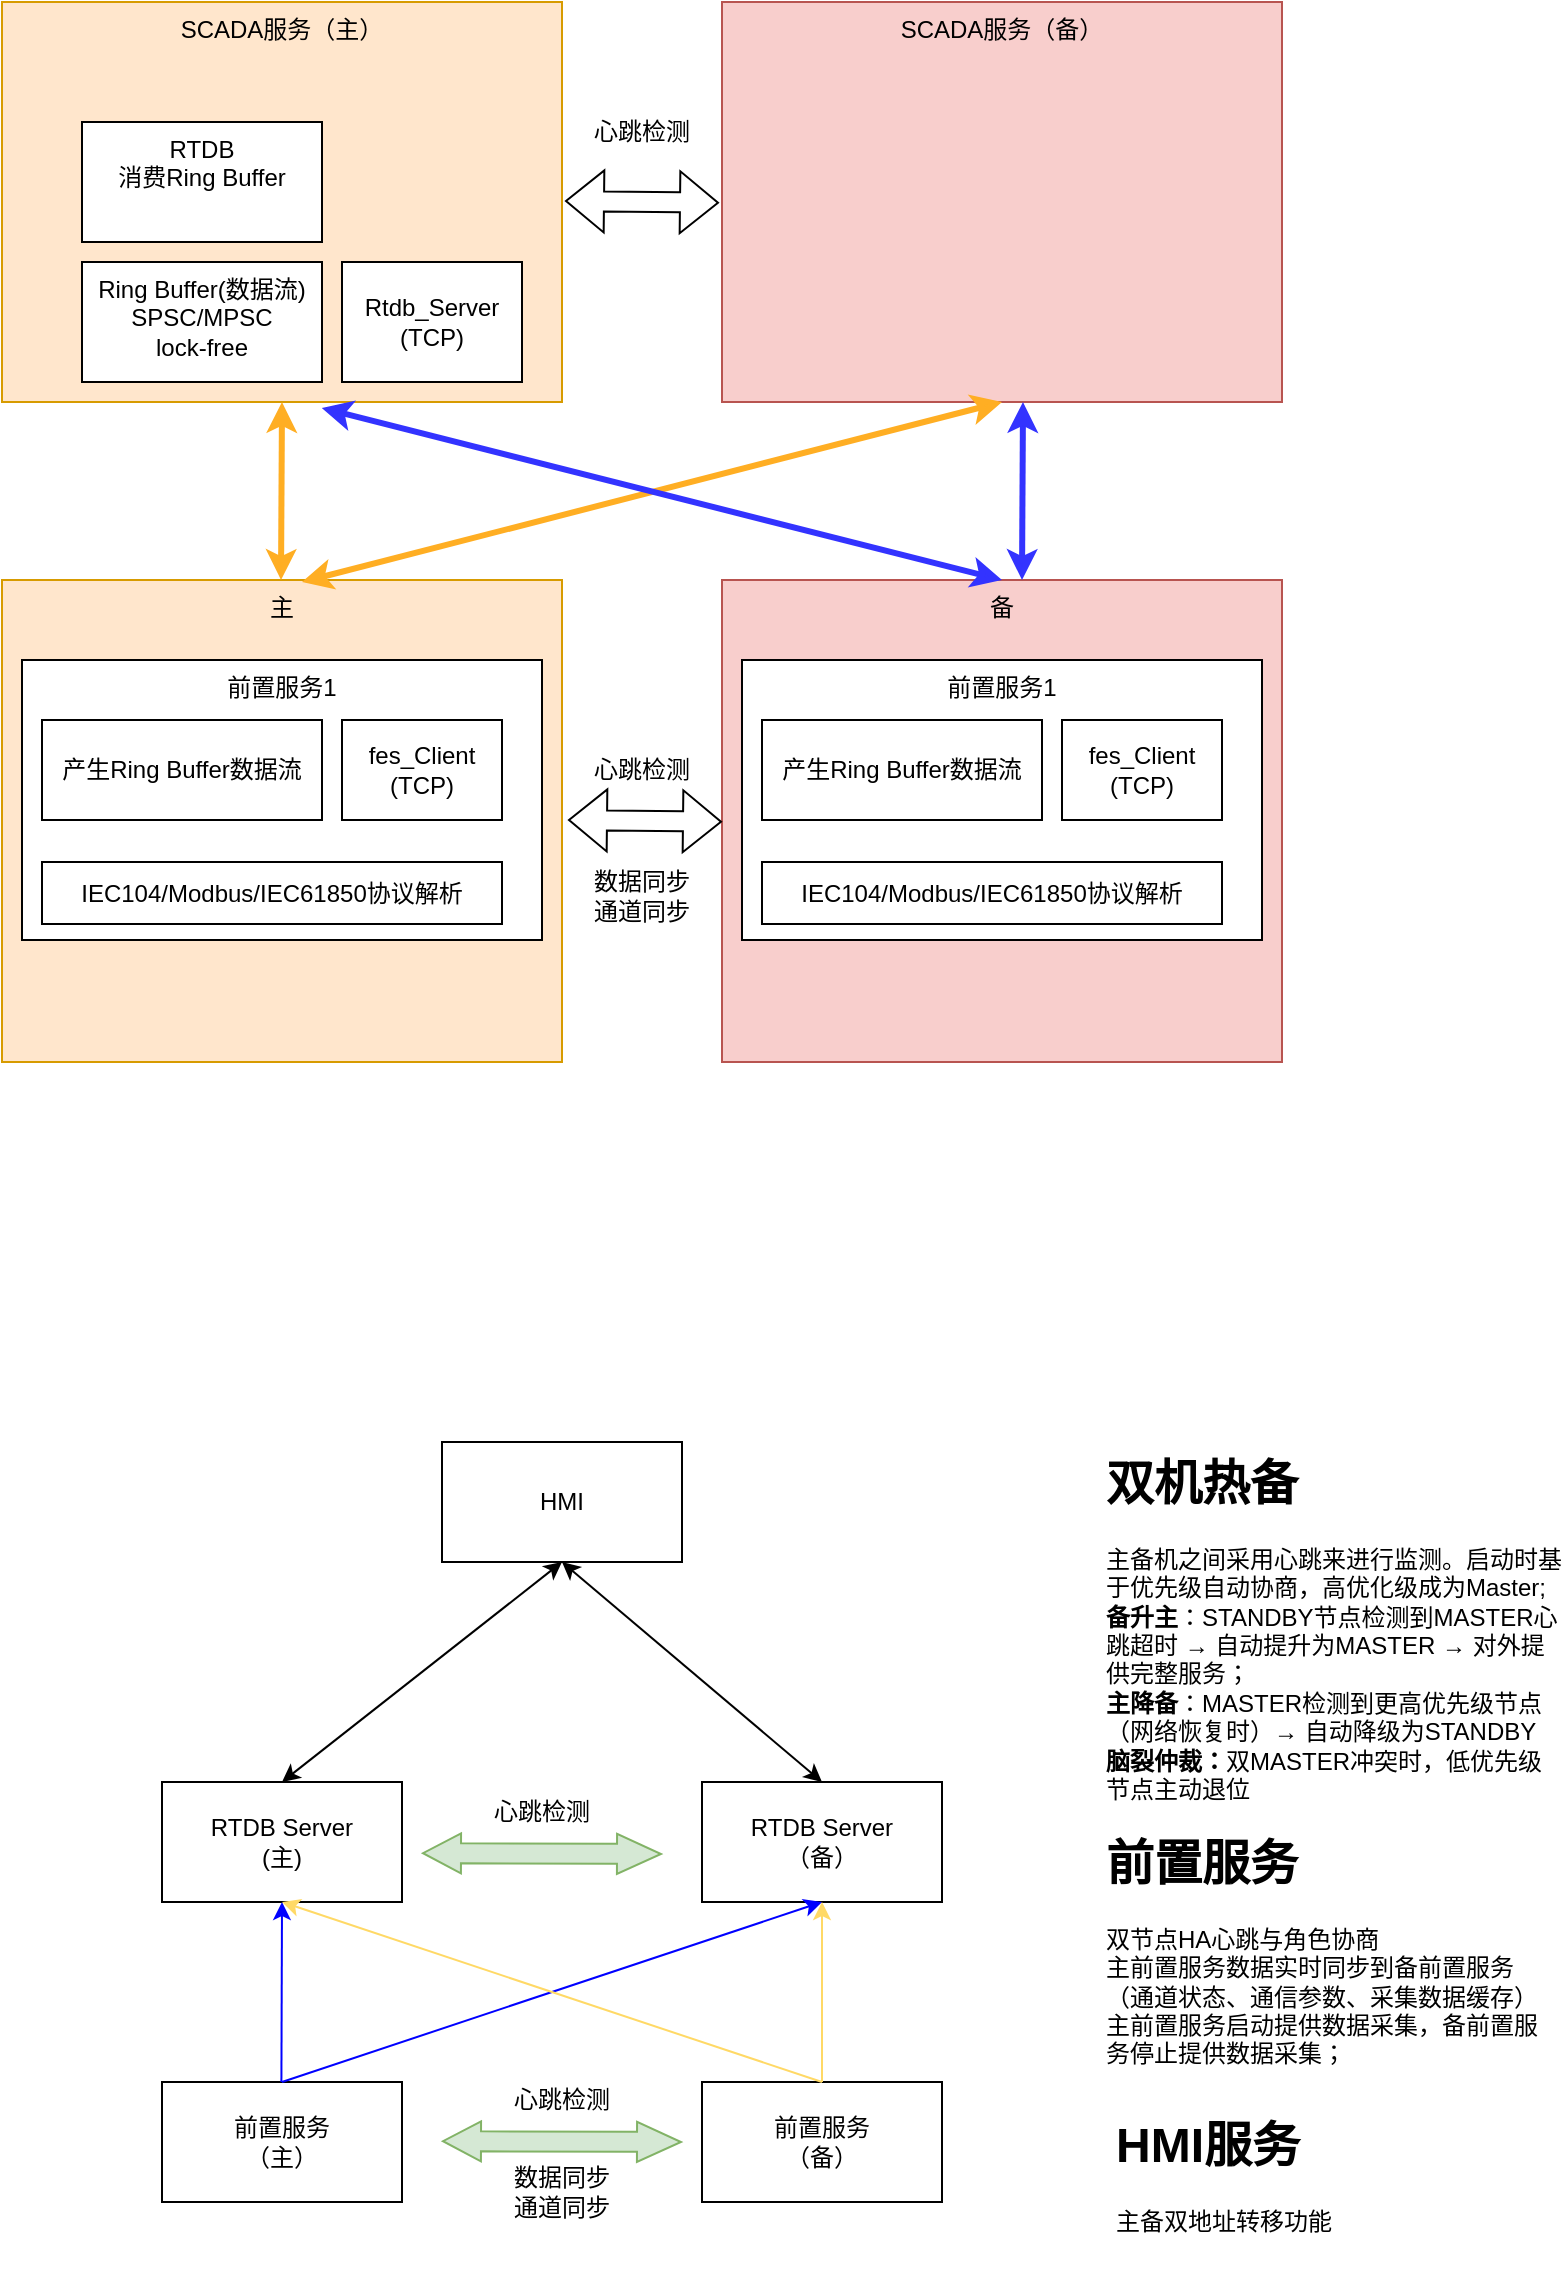
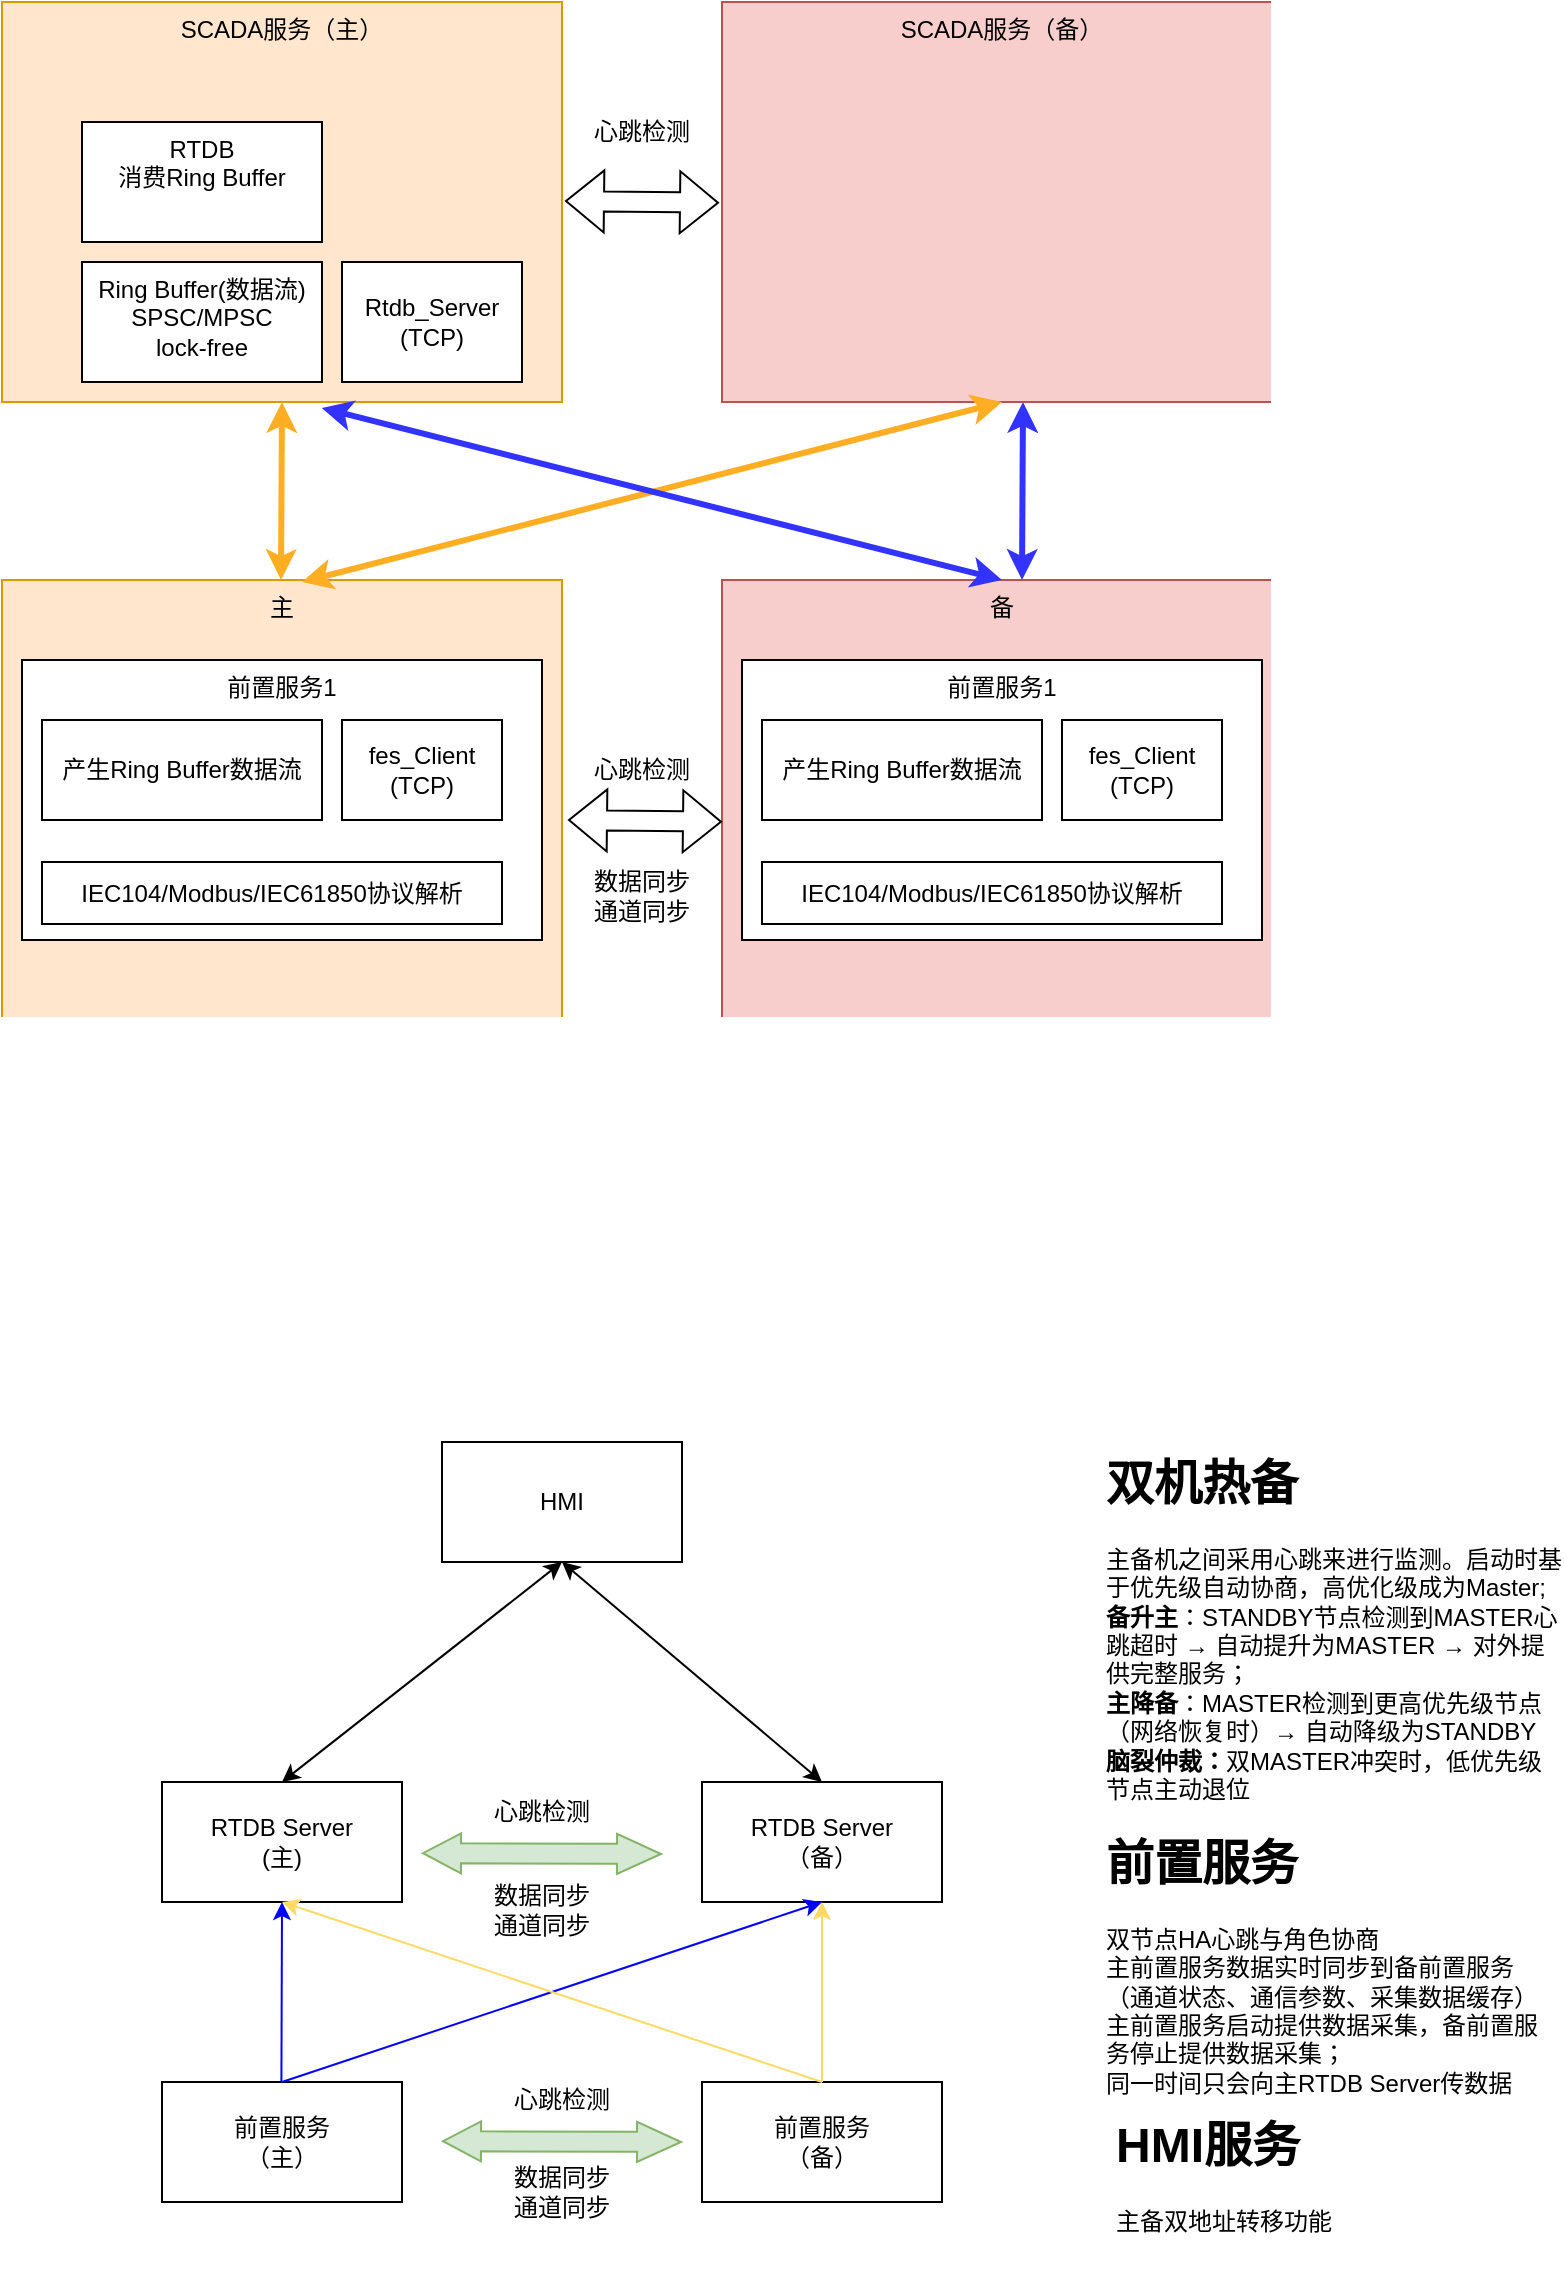
<mxfile host="app.diagrams.net">
  <diagram name="第 1 页" id="B8DYWfWQNEIOsyKvfK1-">
-     <mxGraphModel dx="1230" dy="684" grid="1" gridSize="10" guides="1" tooltips="1" connect="1" arrows="1" fold="1" page="1" pageScale="1" pageWidth="827" pageHeight="1169" math="0" shadow="0">
+     <mxGraphModel dx="824" dy="457" grid="1" gridSize="10" guides="1" tooltips="1" connect="1" arrows="1" fold="1" page="1" pageScale="1" pageWidth="827" pageHeight="1169" math="0" shadow="0">
      <root>
        <mxCell id="0" />
        <mxCell id="1" parent="0" />
        <mxCell id="kAXPQYTb_9ZiN3N-kw4B-1" parent="1" style="rounded=0;whiteSpace=wrap;html=1;verticalAlign=top;fillColor=#ffe6cc;strokeColor=#d79b00;" value="SCADA服务（主）" vertex="1">
          <mxGeometry height="200" width="280" x="50" y="200" as="geometry" />
        </mxCell>
        <mxCell id="kAXPQYTb_9ZiN3N-kw4B-2" parent="1" style="rounded=0;whiteSpace=wrap;html=1;verticalAlign=top;fillColor=#ffe6cc;strokeColor=#d79b00;" value="主" vertex="1">
          <mxGeometry height="241" width="280" x="50" y="489" as="geometry" />
        </mxCell>
        <mxCell id="kAXPQYTb_9ZiN3N-kw4B-4" parent="1" style="rounded=0;whiteSpace=wrap;html=1;verticalAlign=top;fillColor=#f8cecc;strokeColor=#b85450;" value="SCADA服务（备）" vertex="1">
          <mxGeometry height="200" width="280" x="410" y="200" as="geometry" />
        </mxCell>
        <mxCell id="kAXPQYTb_9ZiN3N-kw4B-5" parent="1" style="rounded=0;whiteSpace=wrap;html=1;verticalAlign=top;align=center;" value="前置服务1" vertex="1">
          <mxGeometry height="140" width="260" x="60" y="529" as="geometry" />
        </mxCell>
        <mxCell id="kAXPQYTb_9ZiN3N-kw4B-9" parent="1" style="rounded=0;whiteSpace=wrap;html=1;verticalAlign=top;" value="Ring Buffer(数据流)&lt;div&gt;SPSC/MPSC&lt;/div&gt;&lt;div&gt;lock-free&lt;/div&gt;" vertex="1">
          <mxGeometry height="60" width="120" x="90" y="330" as="geometry" />
        </mxCell>
        <mxCell id="kAXPQYTb_9ZiN3N-kw4B-10" parent="1" style="rounded=0;whiteSpace=wrap;html=1;verticalAlign=top;" value="RTDB&lt;div&gt;消费Ring Buffer&lt;/div&gt;" vertex="1">
          <mxGeometry height="60" width="120" x="90" y="260" as="geometry" />
        </mxCell>
        <mxCell id="kAXPQYTb_9ZiN3N-kw4B-11" parent="1" style="rounded=0;whiteSpace=wrap;html=1;" value="产生Ring Buffer数据流" vertex="1">
          <mxGeometry height="50" width="140" x="70" y="559" as="geometry" />
        </mxCell>
        <mxCell id="kAXPQYTb_9ZiN3N-kw4B-12" edge="1" parent="1" style="endArrow=classic;startArrow=classic;html=1;rounded=0;entryX=0.5;entryY=1;entryDx=0;entryDy=0;strokeColor=#FFAE23;strokeWidth=3;" target="kAXPQYTb_9ZiN3N-kw4B-1" value="">
          <mxGeometry height="50" relative="1" width="50" as="geometry">
            <mxPoint x="189.5" y="489" as="sourcePoint" />
            <mxPoint x="189.5" y="423" as="targetPoint" />
          </mxGeometry>
        </mxCell>
        <mxCell id="kAXPQYTb_9ZiN3N-kw4B-13" parent="1" style="rounded=0;whiteSpace=wrap;html=1;" value="fes_Client&lt;div&gt;(TCP)&lt;/div&gt;" vertex="1">
          <mxGeometry height="50" width="80" x="220" y="559" as="geometry" />
        </mxCell>
        <mxCell id="kAXPQYTb_9ZiN3N-kw4B-15" parent="1" style="rounded=0;whiteSpace=wrap;html=1;" value="Rtdb_Server&lt;div&gt;(TCP)&lt;/div&gt;" vertex="1">
          <mxGeometry height="60" width="90" x="220" y="330" as="geometry" />
        </mxCell>
        <mxCell id="kAXPQYTb_9ZiN3N-kw4B-16" edge="1" parent="1" style="endArrow=classic;startArrow=classic;html=1;rounded=0;entryX=0.5;entryY=1;entryDx=0;entryDy=0;strokeColor=#FFAE23;strokeWidth=3;" target="kAXPQYTb_9ZiN3N-kw4B-4" value="">
          <mxGeometry height="50" relative="1" width="50" as="geometry">
            <mxPoint x="200" y="490" as="sourcePoint" />
            <mxPoint x="219" y="423" as="targetPoint" />
          </mxGeometry>
        </mxCell>
        <mxCell id="kAXPQYTb_9ZiN3N-kw4B-17" parent="1" style="rounded=0;whiteSpace=wrap;html=1;verticalAlign=top;fillColor=#f8cecc;strokeColor=#b85450;" value="备" vertex="1">
          <mxGeometry height="241" width="280" x="410" y="489" as="geometry" />
        </mxCell>
        <mxCell id="kAXPQYTb_9ZiN3N-kw4B-18" parent="1" style="rounded=0;whiteSpace=wrap;html=1;verticalAlign=top;align=center;" value="前置服务1" vertex="1">
          <mxGeometry height="140" width="260" x="420" y="529" as="geometry" />
        </mxCell>
        <mxCell id="kAXPQYTb_9ZiN3N-kw4B-20" parent="1" style="rounded=0;whiteSpace=wrap;html=1;" value="产生Ring Buffer数据流" vertex="1">
          <mxGeometry height="50" width="140" x="430" y="559" as="geometry" />
        </mxCell>
        <mxCell id="kAXPQYTb_9ZiN3N-kw4B-21" parent="1" style="rounded=0;whiteSpace=wrap;html=1;" value="fes_Client&lt;div&gt;(TCP)&lt;/div&gt;" vertex="1">
          <mxGeometry height="50" width="80" x="580" y="559" as="geometry" />
        </mxCell>
        <mxCell id="kAXPQYTb_9ZiN3N-kw4B-22" edge="1" parent="1" style="endArrow=classic;startArrow=classic;html=1;rounded=0;entryX=0.5;entryY=1;entryDx=0;entryDy=0;strokeColor=#3333FF;strokeWidth=3;" value="">
          <mxGeometry height="50" relative="1" width="50" as="geometry">
            <mxPoint x="560" y="489" as="sourcePoint" />
            <mxPoint x="560.5" y="400" as="targetPoint" />
          </mxGeometry>
        </mxCell>
        <mxCell id="kAXPQYTb_9ZiN3N-kw4B-23" edge="1" parent="1" source="kAXPQYTb_9ZiN3N-kw4B-17" style="endArrow=classic;startArrow=classic;html=1;rounded=0;entryX=0.571;entryY=1.015;entryDx=0;entryDy=0;entryPerimeter=0;strokeWidth=3;strokeColor=#3333FF;exitX=0.5;exitY=0;exitDx=0;exitDy=0;" target="kAXPQYTb_9ZiN3N-kw4B-1" value="">
          <mxGeometry height="50" relative="1" width="50" as="geometry">
            <mxPoint x="550" y="480" as="sourcePoint" />
            <mxPoint x="590" y="439" as="targetPoint" />
          </mxGeometry>
        </mxCell>
        <mxCell id="kAXPQYTb_9ZiN3N-kw4B-25" edge="1" parent="1" style="shape=flexArrow;endArrow=classic;startArrow=classic;html=1;rounded=0;entryX=0.025;entryY=0.556;entryDx=0;entryDy=0;entryPerimeter=0;" value="">
          <mxGeometry height="100" relative="1" width="100" as="geometry">
            <mxPoint x="333" y="609" as="sourcePoint" />
            <mxPoint x="410" y="609.836" as="targetPoint" />
          </mxGeometry>
        </mxCell>
        <mxCell id="kAXPQYTb_9ZiN3N-kw4B-26" parent="1" style="text;html=1;whiteSpace=wrap;strokeColor=none;fillColor=none;align=center;verticalAlign=middle;rounded=0;" value="心跳检测" vertex="1">
          <mxGeometry height="30" width="60" x="340" y="569" as="geometry" />
        </mxCell>
        <mxCell id="kAXPQYTb_9ZiN3N-kw4B-31" parent="1" style="rounded=0;whiteSpace=wrap;html=1;" value="IEC104/Modbus/IEC61850协议解析" vertex="1">
          <mxGeometry height="31" width="230" x="70" y="630" as="geometry" />
        </mxCell>
        <mxCell id="kAXPQYTb_9ZiN3N-kw4B-32" parent="1" style="rounded=0;whiteSpace=wrap;html=1;" value="IEC104/Modbus/IEC61850协议解析" vertex="1">
          <mxGeometry height="31" width="230" x="430" y="630" as="geometry" />
        </mxCell>
        <mxCell id="kAXPQYTb_9ZiN3N-kw4B-33" edge="1" parent="1" style="shape=flexArrow;endArrow=classic;startArrow=classic;html=1;rounded=0;entryX=0.025;entryY=0.556;entryDx=0;entryDy=0;entryPerimeter=0;" value="">
          <mxGeometry height="100" relative="1" width="100" as="geometry">
            <mxPoint x="331.5" y="299.5" as="sourcePoint" />
            <mxPoint x="408.5" y="300.336" as="targetPoint" />
          </mxGeometry>
        </mxCell>
        <mxCell id="kAXPQYTb_9ZiN3N-kw4B-39" parent="1" style="text;html=1;whiteSpace=wrap;strokeColor=none;fillColor=none;align=center;verticalAlign=middle;rounded=0;" value="数据同步&lt;div&gt;通道同步&lt;/div&gt;" vertex="1">
          <mxGeometry height="30" width="60" x="340" y="632" as="geometry" />
        </mxCell>
        <mxCell id="3wZPl1CzNyx5cLSE645p-1" parent="1" style="text;html=1;whiteSpace=wrap;strokeColor=none;fillColor=none;align=center;verticalAlign=middle;rounded=0;" value="心跳检测" vertex="1">
          <mxGeometry height="30" width="60" x="340" y="250" as="geometry" />
        </mxCell>
        <mxCell id="3wZPl1CzNyx5cLSE645p-2" parent="1" style="rounded=0;whiteSpace=wrap;html=1;" value="HMI" vertex="1">
          <mxGeometry height="60" width="120" x="270" y="920" as="geometry" />
        </mxCell>
        <mxCell id="3wZPl1CzNyx5cLSE645p-3" parent="1" style="rounded=0;whiteSpace=wrap;html=1;" value="&lt;div&gt;RTDB Server&lt;/div&gt;(主)" vertex="1">
          <mxGeometry height="60" width="120" x="130" y="1090" as="geometry" />
        </mxCell>
        <mxCell id="3wZPl1CzNyx5cLSE645p-4" parent="1" style="rounded=0;whiteSpace=wrap;html=1;" value="&lt;div&gt;RTDB Server&lt;/div&gt;&lt;div&gt;（备）&lt;/div&gt;" vertex="1">
          <mxGeometry height="60" width="120" x="400" y="1090" as="geometry" />
        </mxCell>
        <mxCell id="3wZPl1CzNyx5cLSE645p-5" parent="1" style="rounded=0;whiteSpace=wrap;html=1;" value="&lt;div&gt;前置服务&lt;/div&gt;（主）" vertex="1">
          <mxGeometry height="60" width="120" x="130" y="1240" as="geometry" />
        </mxCell>
        <mxCell id="3wZPl1CzNyx5cLSE645p-6" parent="1" style="rounded=0;whiteSpace=wrap;html=1;" value="&lt;div&gt;前置服务&lt;/div&gt;&lt;div&gt;（备）&lt;/div&gt;" vertex="1">
          <mxGeometry height="60" width="120" x="400" y="1240" as="geometry" />
        </mxCell>
        <mxCell id="3wZPl1CzNyx5cLSE645p-7" edge="1" parent="1" style="shape=flexArrow;endArrow=classic;startArrow=classic;html=1;rounded=0;startWidth=9;startSize=6;endWidth=9;endSize=7;fillColor=#d5e8d4;strokeColor=#82b366;" value="">
          <mxGeometry height="100" relative="1" width="100" as="geometry">
            <mxPoint x="270" y="1269.57" as="sourcePoint" />
            <mxPoint x="390" y="1270" as="targetPoint" />
          </mxGeometry>
        </mxCell>
        <mxCell id="3wZPl1CzNyx5cLSE645p-8" parent="1" style="text;html=1;whiteSpace=wrap;strokeColor=none;fillColor=none;align=center;verticalAlign=middle;rounded=0;" value="心跳检测" vertex="1">
          <mxGeometry height="30" width="60" x="300" y="1234" as="geometry" />
        </mxCell>
        <mxCell id="3wZPl1CzNyx5cLSE645p-9" parent="1" style="text;html=1;whiteSpace=wrap;strokeColor=none;fillColor=none;align=center;verticalAlign=middle;rounded=0;" value="数据同步&lt;div&gt;通道同步&lt;/div&gt;" vertex="1">
          <mxGeometry height="30" width="60" x="300" y="1280" as="geometry" />
        </mxCell>
        <mxCell id="3wZPl1CzNyx5cLSE645p-10" edge="1" parent="1" style="endArrow=classic;html=1;rounded=0;entryX=0.5;entryY=1;entryDx=0;entryDy=0;strokeColor=#0000FF;" target="3wZPl1CzNyx5cLSE645p-3" value="">
          <mxGeometry height="50" relative="1" width="50" as="geometry">
            <mxPoint x="189.7" y="1240" as="sourcePoint" />
            <mxPoint x="189.7" y="1180" as="targetPoint" />
          </mxGeometry>
        </mxCell>
        <mxCell id="3wZPl1CzNyx5cLSE645p-11" edge="1" parent="1" style="endArrow=classic;html=1;rounded=0;entryX=0.5;entryY=1;entryDx=0;entryDy=0;strokeColor=#0000FF;" target="3wZPl1CzNyx5cLSE645p-4" value="">
          <mxGeometry height="50" relative="1" width="50" as="geometry">
            <mxPoint x="190" y="1240" as="sourcePoint" />
            <mxPoint x="240" y="1190" as="targetPoint" />
          </mxGeometry>
        </mxCell>
        <mxCell id="3wZPl1CzNyx5cLSE645p-12" edge="1" parent="1" style="endArrow=classic;html=1;rounded=0;strokeColor=#FFD966;" value="">
          <mxGeometry height="50" relative="1" width="50" as="geometry">
            <mxPoint x="460" y="1240" as="sourcePoint" />
            <mxPoint x="460" y="1150" as="targetPoint" />
          </mxGeometry>
        </mxCell>
        <mxCell id="3wZPl1CzNyx5cLSE645p-13" edge="1" parent="1" source="3wZPl1CzNyx5cLSE645p-6" style="endArrow=classic;html=1;rounded=0;exitX=0.5;exitY=0;exitDx=0;exitDy=0;entryX=0.5;entryY=1;entryDx=0;entryDy=0;strokeColor=#FFD966;" target="3wZPl1CzNyx5cLSE645p-3" value="">
          <mxGeometry height="50" relative="1" width="50" as="geometry">
            <mxPoint x="360" y="1220" as="sourcePoint" />
            <mxPoint x="360" y="1130" as="targetPoint" />
          </mxGeometry>
        </mxCell>
        <mxCell id="3wZPl1CzNyx5cLSE645p-14" edge="1" parent="1" style="endArrow=classic;startArrow=classic;html=1;rounded=0;entryX=0.5;entryY=1;entryDx=0;entryDy=0;" target="3wZPl1CzNyx5cLSE645p-2" value="">
          <mxGeometry height="50" relative="1" width="50" as="geometry">
            <mxPoint x="190" y="1090" as="sourcePoint" />
            <mxPoint x="240" y="1040" as="targetPoint" />
          </mxGeometry>
        </mxCell>
        <mxCell id="3wZPl1CzNyx5cLSE645p-15" edge="1" parent="1" style="endArrow=classic;startArrow=classic;html=1;rounded=0;entryX=0.5;entryY=1;entryDx=0;entryDy=0;" target="3wZPl1CzNyx5cLSE645p-2" value="">
          <mxGeometry height="50" relative="1" width="50" as="geometry">
            <mxPoint x="460" y="1090" as="sourcePoint" />
            <mxPoint x="600" y="980" as="targetPoint" />
          </mxGeometry>
        </mxCell>
-         <mxCell id="3wZPl1CzNyx5cLSE645p-16" parent="1" style="text;html=1;whiteSpace=wrap;overflow=hidden;rounded=0;" value="&lt;h1 style=&quot;margin-top: 0px;&quot;&gt;前置服务&lt;/h1&gt;&lt;div&gt;双节点HA心跳与角色协商&lt;/div&gt;&lt;div&gt;主前置服务数据实时同步到备前置服务（通道状态、通信参数、采集数据缓存）&lt;/div&gt;&lt;div&gt;主前置服务启动提供数据采集，备前置服务停止提供数据采集；&lt;/div&gt;&lt;p&gt;&lt;br&gt;&lt;/p&gt;&lt;p&gt;&lt;br&gt;&lt;/p&gt;" vertex="1">
+         <mxCell id="3wZPl1CzNyx5cLSE645p-16" parent="1" style="text;html=1;whiteSpace=wrap;overflow=hidden;rounded=0;" value="&lt;h1 style=&quot;margin-top: 0px;&quot;&gt;前置服务&lt;/h1&gt;&lt;div&gt;双节点HA心跳与角色协商&lt;/div&gt;&lt;div&gt;主前置服务数据实时同步到备前置服务（通道状态、通信参数、采集数据缓存）&lt;/div&gt;&lt;div&gt;主前置服务启动提供数据采集，备前置服务停止提供数据采集；&lt;/div&gt;&lt;div&gt;同一时间只会向主RTDB Server传数据&lt;/div&gt;&lt;p&gt;&lt;br&gt;&lt;/p&gt;&lt;p&gt;&lt;br&gt;&lt;/p&gt;" vertex="1">
          <mxGeometry height="141" width="220" x="600" y="1110" as="geometry" />
        </mxCell>
        <mxCell id="3wZPl1CzNyx5cLSE645p-17" parent="1" style="text;html=1;whiteSpace=wrap;overflow=hidden;rounded=0;" value="&lt;h1 style=&quot;margin-top: 0px;&quot;&gt;双机热备&lt;/h1&gt;&lt;div&gt;主备机之间采用心跳来进行监测。启动时基于优先级自动协商，高优化级成为Master;&amp;nbsp;&lt;/div&gt;&lt;div&gt;&lt;b&gt;备升主&lt;/b&gt;：STANDBY节点检测到MASTER心跳超时 → 自动提升为MASTER → 对外提供完整服务；&lt;/div&gt;&lt;div&gt;&lt;strong&gt;主降备&lt;/strong&gt;：MASTER检测到更高优先级节点（网络恢复时）→ 自动降级为STANDBY&lt;/div&gt;&lt;div&gt;&lt;b&gt;脑裂仲裁：&lt;/b&gt;双MASTER冲突时，低优先级节点主动退位&lt;/div&gt;" vertex="1">
          <mxGeometry height="180" width="230" x="600" y="920" as="geometry" />
        </mxCell>
        <mxCell id="3wZPl1CzNyx5cLSE645p-18" edge="1" parent="1" style="shape=flexArrow;endArrow=classic;startArrow=classic;html=1;rounded=0;startWidth=9;startSize=6;endWidth=9;endSize=7;fillColor=#d5e8d4;strokeColor=#82b366;" value="">
          <mxGeometry height="100" relative="1" width="100" as="geometry">
            <mxPoint x="260" y="1125.57" as="sourcePoint" />
            <mxPoint x="380" y="1126" as="targetPoint" />
          </mxGeometry>
        </mxCell>
        <mxCell id="3wZPl1CzNyx5cLSE645p-19" parent="1" style="text;html=1;whiteSpace=wrap;strokeColor=none;fillColor=none;align=center;verticalAlign=middle;rounded=0;" value="心跳检测" vertex="1">
          <mxGeometry height="30" width="60" x="290" y="1090" as="geometry" />
        </mxCell>
        <mxCell id="3wZPl1CzNyx5cLSE645p-20" parent="1" style="text;html=1;whiteSpace=wrap;overflow=hidden;rounded=0;" value="&lt;h1 style=&quot;margin-top: 0px;&quot;&gt;HMI服务&lt;/h1&gt;主备双地址转移功能&lt;p&gt;&lt;br&gt;&lt;/p&gt;&lt;p&gt;&lt;br&gt;&lt;/p&gt;" vertex="1">
          <mxGeometry height="79" width="220" x="605" y="1251" as="geometry" />
        </mxCell>
+         <mxCell id="KGKrghQkVs_gpMz36t_8-1" parent="1" style="text;html=1;whiteSpace=wrap;strokeColor=none;fillColor=none;align=center;verticalAlign=middle;rounded=0;" value="数据同步&lt;div&gt;通道同步&lt;/div&gt;" vertex="1">
+           <mxGeometry height="30" width="60" x="290" y="1139" as="geometry" />
+         </mxCell>
      </root>
    </mxGraphModel>
  </diagram>
</mxfile>
